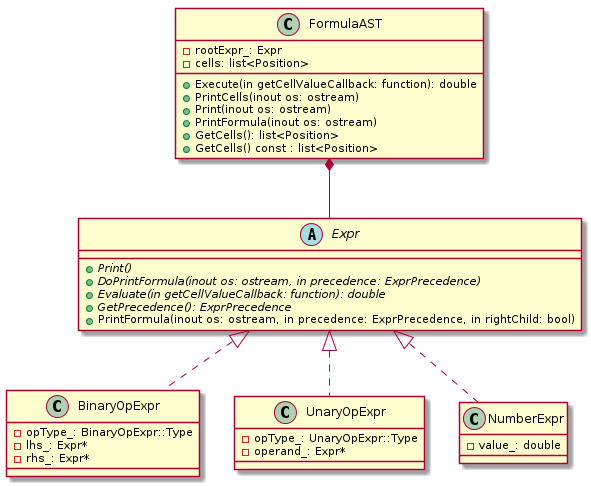
Above: uml/png/formulaAst.png in kazarynau/YandexPraktikumFinal (PlantUML), before the change.
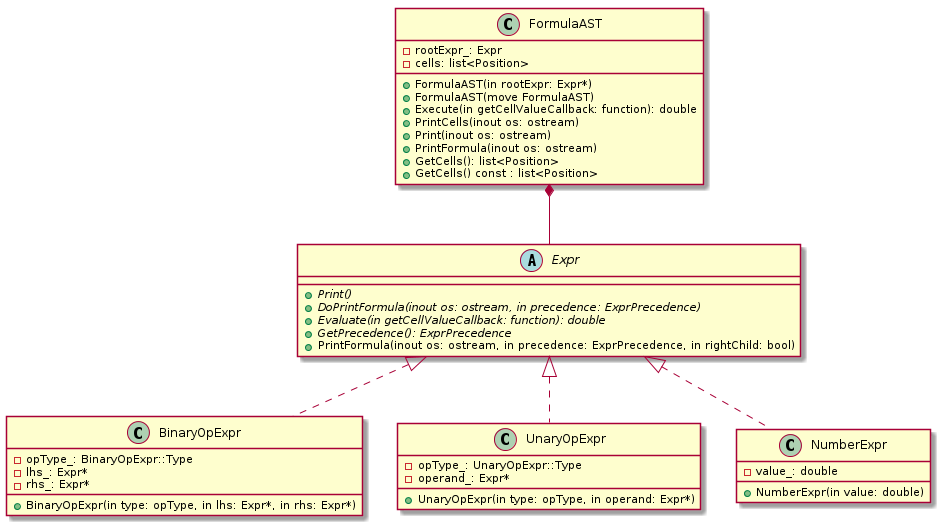
The same file after the commit.

Change to the diagram source:
```diff
@@ -9,17 +9,20 @@
 }
 
 class BinaryOpExpr {
+    +BinaryOpExpr(in type: opType, in lhs: Expr*, in rhs: Expr*)
     -opType_: BinaryOpExpr::Type
     -lhs_: Expr*
     -rhs_: Expr*
 }
 
 class UnaryOpExpr {
+    +UnaryOpExpr(in type: opType, in operand: Expr*)
     -opType_: UnaryOpExpr::Type
     -operand_: Expr*
 }
 
 class NumberExpr {
+    +NumberExpr(in value: double)
     -value_: double
 }
 
@@ -29,6 +32,8 @@
 
 
 class FormulaAST {
+    +FormulaAST(in rootExpr: Expr*)
+    +FormulaAST(move FormulaAST)
     +Execute(in getCellValueCallback: function): double
     +PrintCells(inout os: ostream)
     +Print(inout os: ostream)
```
